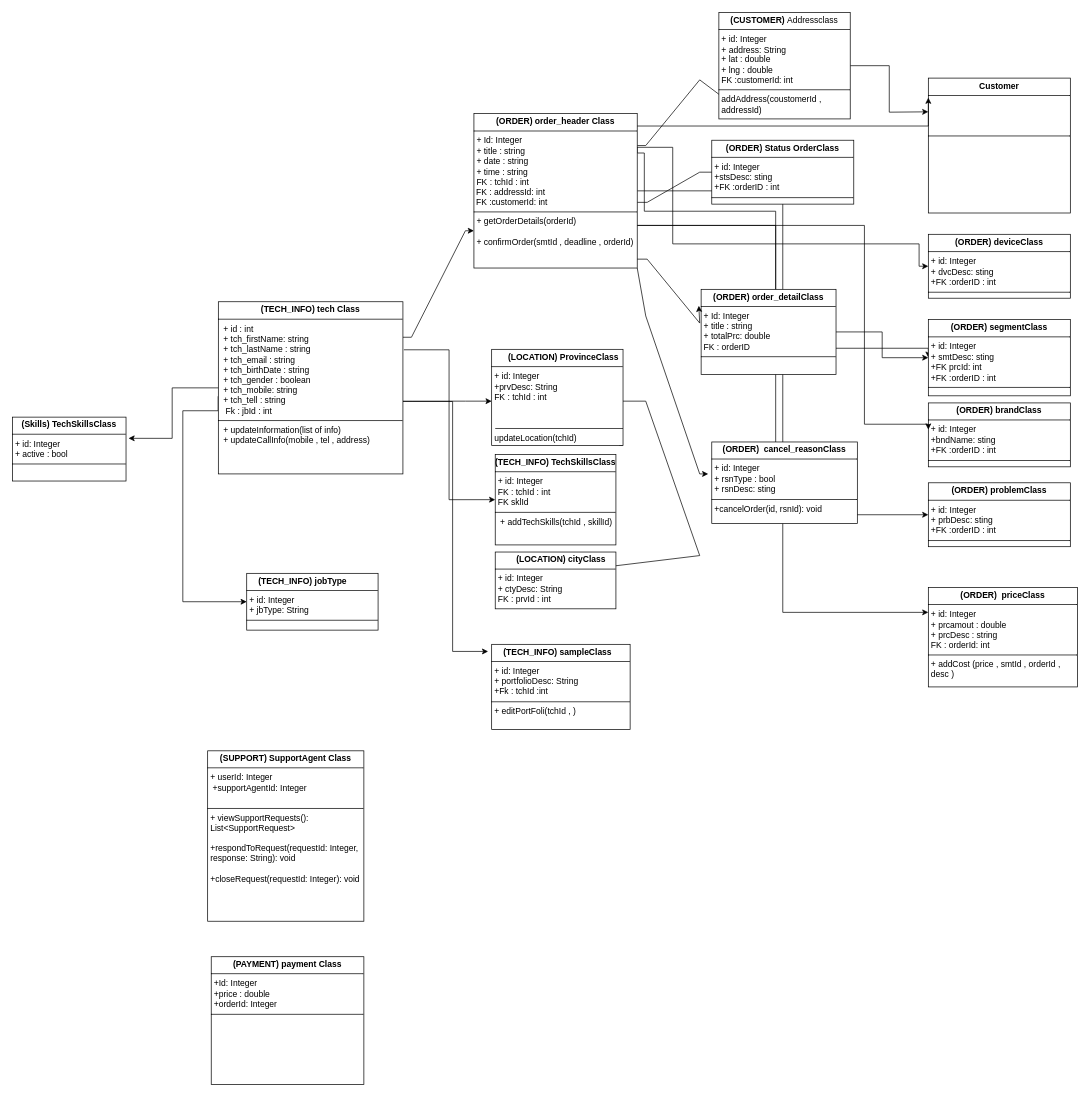
reyhanehSP/pwaTech keeps this draw.io diagram as tech.drawio. Above is the earlier version. Source tidied: cells renumbered, new cells numbered last; positions are measured from the earlier drawing's top-left corner, leaving out a move shared by most shapes. Both pictures are drawn from the tidied source at 71%, with x=0, y=0 at pixel (12, 12).
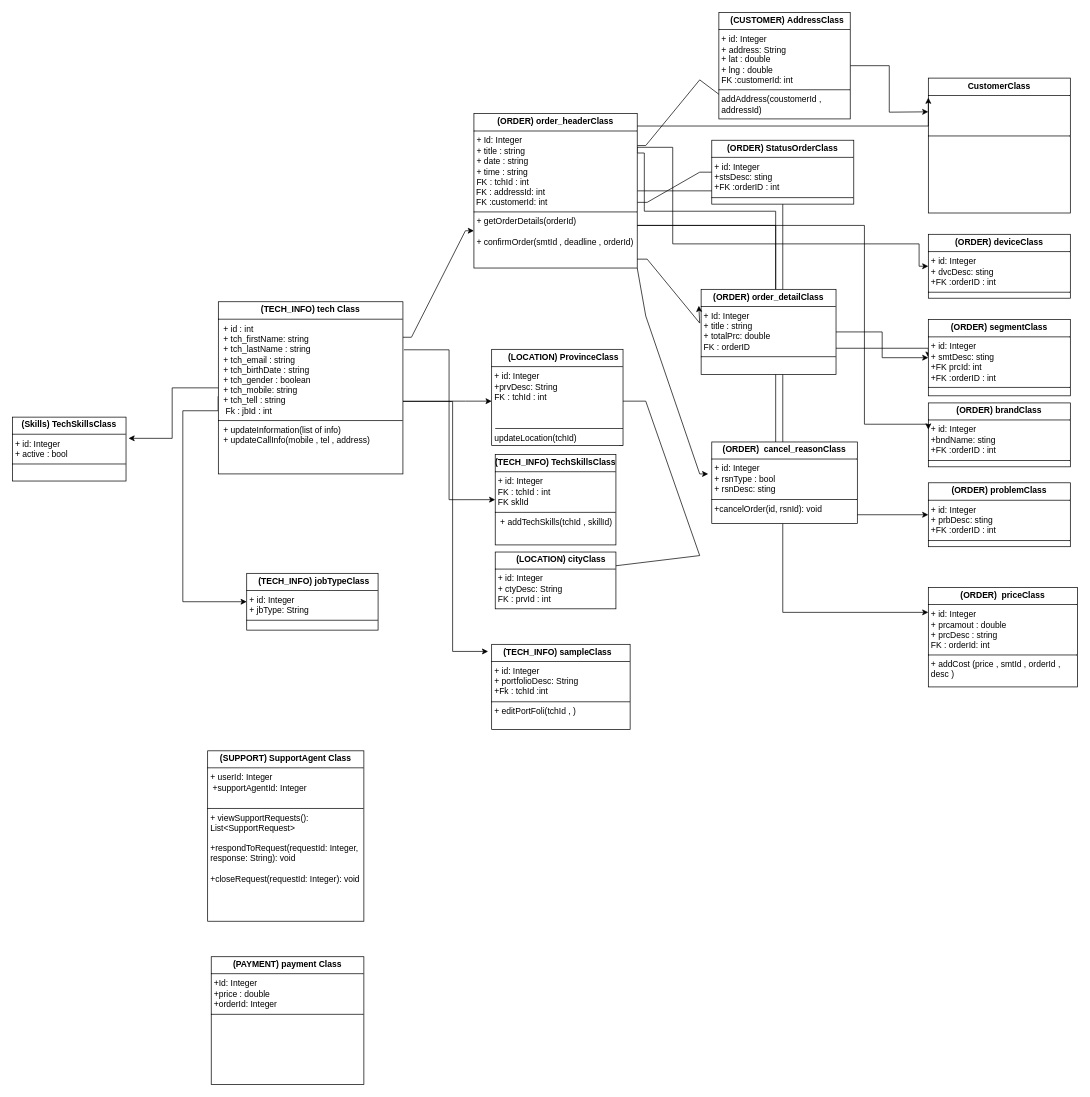
The same page after the edit.

What changed in the source:
```diff
@@
-    <mxCell id="14" value="&lt;p style=&quot;margin:0px;margin-top:4px;text-align:center;&quot;&gt;&lt;b&gt;(ORDER)&amp;nbsp;&lt;/b&gt;&lt;b style=&quot;background-color: initial;&quot;&gt;order_header Class&lt;/b&gt;&lt;/p&gt;&lt;hr size=&quot;1&quot; style=&quot;border-style:solid;&quot;&gt;&lt;p style=&quot;margin:0px;margin-left:4px;&quot;&gt;+ Id: Integer&lt;/p&gt;&lt;p style=&quot;margin:0px;margin-left:4px;&quot;&gt;+ title : string&lt;/p&gt;&lt;p style=&quot;margin:0px;margin-left:4px;&quot;&gt;+ date : string&lt;br&gt;+ time : string&lt;br&gt;&lt;/p&gt;&lt;p style=&quot;margin:0px;margin-left:4px;&quot;&gt;&lt;span style=&quot;background-color: initial;&quot;&gt;FK : tchId : int&lt;/span&gt;&lt;/p&gt;&amp;nbsp;FK : addressId: int&lt;div&gt;&amp;nbsp;FK :customerId: int&lt;br&gt;&lt;hr size=&quot;1&quot; style=&quot;border-style:solid;&quot;&gt;&lt;p style=&quot;margin:0px;margin-left:4px;&quot;&gt;+ getOrderDetails(orderId)&lt;/p&gt;&lt;p style=&quot;margin:0px;margin-left:4px;&quot;&gt;&lt;br&gt;+ confirmOrder(smtId , deadline , orderId)&lt;/p&gt;&lt;p style=&quot;margin:0px;margin-left:4px;&quot;&gt;&lt;br&gt;&lt;/p&gt;&lt;p style=&quot;margin:0px;margin-left:4px;&quot;&gt;&lt;br&gt;&lt;/p&gt;&lt;p style=&quot;margin:0px;margin-left:4px;&quot;&gt;&amp;nbsp;&lt;/p&gt;&lt;p style=&quot;margin:0px;margin-left:4px;&quot;&gt;&lt;br&gt;&lt;br&gt;&lt;/p&gt;&lt;/div&gt;" style="verticalAlign=top;align=left;overflow=fill;html=1;whiteSpace=wrap;" parent="1" vertex="1">
+    <mxCell id="14" value="&lt;p style=&quot;margin:0px;margin-top:4px;text-align:center;&quot;&gt;&lt;b&gt;(ORDER)&amp;nbsp;&lt;/b&gt;&lt;b style=&quot;background-color: initial;&quot;&gt;order_headerClass&lt;/b&gt;&lt;/p&gt;&lt;hr size=&quot;1&quot; style=&quot;border-style:solid;&quot;&gt;&lt;p style=&quot;margin:0px;margin-left:4px;&quot;&gt;+ Id: Integer&lt;/p&gt;&lt;p style=&quot;margin:0px;margin-left:4px;&quot;&gt;+ title : string&lt;/p&gt;&lt;p style=&quot;margin:0px;margin-left:4px;&quot;&gt;+ date : string&lt;br&gt;+ time : string&lt;br&gt;&lt;/p&gt;&lt;p style=&quot;margin:0px;margin-left:4px;&quot;&gt;&lt;span style=&quot;background-color: initial;&quot;&gt;FK : tchId : int&lt;/span&gt;&lt;/p&gt;&amp;nbsp;FK : addressId: int&lt;div&gt;&amp;nbsp;FK :customerId: int&lt;br&gt;&lt;hr size=&quot;1&quot; style=&quot;border-style:solid;&quot;&gt;&lt;p style=&quot;margin:0px;margin-left:4px;&quot;&gt;+ getOrderDetails(orderId)&lt;/p&gt;&lt;p style=&quot;margin:0px;margin-left:4px;&quot;&gt;&lt;br&gt;+ confirmOrder(smtId , deadline , orderId)&lt;/p&gt;&lt;p style=&quot;margin:0px;margin-left:4px;&quot;&gt;&lt;br&gt;&lt;/p&gt;&lt;p style=&quot;margin:0px;margin-left:4px;&quot;&gt;&lt;br&gt;&lt;/p&gt;&lt;p style=&quot;margin:0px;margin-left:4px;&quot;&gt;&amp;nbsp;&lt;/p&gt;&lt;p style=&quot;margin:0px;margin-left:4px;&quot;&gt;&lt;br&gt;&lt;br&gt;&lt;/p&gt;&lt;/div&gt;" style="verticalAlign=top;align=left;overflow=fill;html=1;whiteSpace=wrap;" parent="1" vertex="1">
       <mxGeometry x="650" y="142.5" width="230" height="217.5" as="geometry" />
     </mxCell>
@@
-    <mxCell id="18" value="&lt;p style=&quot;margin:0px;margin-top:4px;text-align:center;&quot;&gt;&lt;b&gt;Customer&lt;/b&gt;&lt;/p&gt;&lt;hr size=&quot;1&quot; style=&quot;border-style:solid;&quot;&gt;&lt;p style=&quot;margin:0px;margin-left:4px;&quot;&gt;&lt;br&gt;&lt;br&gt;&lt;/p&gt;&lt;p style=&quot;margin:0px;margin-left:4px;&quot;&gt;&amp;nbsp;&lt;br&gt;&lt;/p&gt;&lt;hr size=&quot;1&quot; style=&quot;border-style:solid;&quot;&gt;&lt;p style=&quot;margin:0px;margin-left:4px;&quot;&gt;&amp;nbsp;&lt;br&gt;&lt;/p&gt;" style="verticalAlign=top;align=left;overflow=fill;html=1;whiteSpace=wrap;" parent="1" vertex="1">
+    <mxCell id="18" value="&lt;p style=&quot;margin:0px;margin-top:4px;text-align:center;&quot;&gt;&lt;b&gt;CustomerClass&lt;/b&gt;&lt;/p&gt;&lt;hr size=&quot;1&quot; style=&quot;border-style:solid;&quot;&gt;&lt;p style=&quot;margin:0px;margin-left:4px;&quot;&gt;&lt;br&gt;&lt;br&gt;&lt;/p&gt;&lt;p style=&quot;margin:0px;margin-left:4px;&quot;&gt;&amp;nbsp;&lt;br&gt;&lt;/p&gt;&lt;hr size=&quot;1&quot; style=&quot;border-style:solid;&quot;&gt;&lt;p style=&quot;margin:0px;margin-left:4px;&quot;&gt;&amp;nbsp;&lt;br&gt;&lt;/p&gt;" style="verticalAlign=top;align=left;overflow=fill;html=1;whiteSpace=wrap;" parent="1" vertex="1">
       <mxGeometry x="1290" y="92.5" width="200" height="190" as="geometry" />
     </mxCell>
@@
-    <mxCell id="20" value="&lt;p style=&quot;text-align: left; margin: 4px 0px 0px;&quot;&gt;&lt;b style=&quot;background-color: initial;&quot;&gt;&amp;nbsp; &amp;nbsp; &amp;nbsp;(CUSTOMER)&amp;nbsp;&lt;/b&gt;&lt;span style=&quot;background-color: initial;&quot;&gt;Address&lt;/span&gt;class&lt;/p&gt;&lt;hr size=&quot;1&quot; style=&quot;border-style:solid;&quot;&gt;&lt;p style=&quot;margin:0px;margin-left:4px;&quot;&gt;+ id: Integer&lt;/p&gt;&lt;p style=&quot;margin:0px;margin-left:4px;&quot;&gt;+ address: String&lt;/p&gt;&lt;p style=&quot;margin:0px;margin-left:4px;&quot;&gt;+ lat : double&lt;br&gt;+ lng : double&lt;/p&gt;&lt;p style=&quot;margin:0px;margin-left:4px;&quot;&gt;FK :customerId: int&lt;/p&gt;&lt;hr size=&quot;1&quot; style=&quot;border-style:solid;&quot;&gt;&lt;p style=&quot;margin:0px;margin-left:4px;&quot;&gt;addAddress(coustomerId , addressId)&lt;/p&gt;" style="verticalAlign=top;align=left;overflow=fill;html=1;whiteSpace=wrap;" parent="1" vertex="1">
+    <mxCell id="20" value="&lt;p style=&quot;text-align: left; margin: 4px 0px 0px;&quot;&gt;&lt;b style=&quot;background-color: initial;&quot;&gt;&amp;nbsp; &amp;nbsp; &amp;nbsp;(CUSTOMER)&amp;nbsp;&lt;/b&gt;&lt;b&gt;&lt;span style=&quot;background-color: initial;&quot;&gt;AddressC&lt;/span&gt;lass&lt;/b&gt;&lt;/p&gt;&lt;hr size=&quot;1&quot; style=&quot;border-style:solid;&quot;&gt;&lt;p style=&quot;margin:0px;margin-left:4px;&quot;&gt;+ id: Integer&lt;/p&gt;&lt;p style=&quot;margin:0px;margin-left:4px;&quot;&gt;+ address: String&lt;/p&gt;&lt;p style=&quot;margin:0px;margin-left:4px;&quot;&gt;+ lat : double&lt;br&gt;+ lng : double&lt;/p&gt;&lt;p style=&quot;margin:0px;margin-left:4px;&quot;&gt;FK :customerId: int&lt;/p&gt;&lt;hr size=&quot;1&quot; style=&quot;border-style:solid;&quot;&gt;&lt;p style=&quot;margin:0px;margin-left:4px;&quot;&gt;addAddress(coustomerId , addressId)&lt;/p&gt;" style="verticalAlign=top;align=left;overflow=fill;html=1;whiteSpace=wrap;" parent="1" vertex="1">
       <mxGeometry x="995" width="185" height="150" as="geometry" />
     </mxCell>
@@
-    <mxCell id="29" value="&lt;p style=&quot;margin:0px;margin-top:4px;text-align:center;&quot;&gt;&lt;b&gt;(&lt;/b&gt;&lt;b&gt;ORDER&lt;/b&gt;&lt;b&gt;) Status OrderClass&lt;/b&gt;&lt;br&gt;&lt;/p&gt;&lt;hr size=&quot;1&quot; style=&quot;border-style:solid;&quot;&gt;&lt;p style=&quot;margin:0px;margin-left:4px;&quot;&gt;+ id: Integer&lt;/p&gt;&lt;p style=&quot;margin:0px;margin-left:4px;&quot;&gt;+stsDesc:&amp;nbsp;&lt;span style=&quot;background-color: initial;&quot;&gt;sting&lt;/span&gt;&lt;/p&gt;&lt;p style=&quot;margin:0px;margin-left:4px;&quot;&gt;&lt;span style=&quot;text-align: center;&quot;&gt;+FK :orderID : int&lt;/span&gt;&lt;span style=&quot;background-color: initial;&quot;&gt;&lt;br&gt;&lt;/span&gt;&lt;/p&gt;&lt;hr size=&quot;1&quot; style=&quot;border-style:solid;&quot;&gt;&lt;p style=&quot;margin:0px;margin-left:4px;&quot;&gt;&lt;br&gt;&lt;br&gt;&lt;br&gt;&lt;/p&gt;" style="verticalAlign=top;align=left;overflow=fill;html=1;whiteSpace=wrap;" parent="1" vertex="1">
+    <mxCell id="29" value="&lt;p style=&quot;margin:0px;margin-top:4px;text-align:center;&quot;&gt;&lt;b&gt;(&lt;/b&gt;&lt;b&gt;ORDER&lt;/b&gt;&lt;b&gt;) StatusOrderClass&lt;/b&gt;&lt;br&gt;&lt;/p&gt;&lt;hr size=&quot;1&quot; style=&quot;border-style:solid;&quot;&gt;&lt;p style=&quot;margin:0px;margin-left:4px;&quot;&gt;+ id: Integer&lt;/p&gt;&lt;p style=&quot;margin:0px;margin-left:4px;&quot;&gt;+stsDesc:&amp;nbsp;&lt;span style=&quot;background-color: initial;&quot;&gt;sting&lt;/span&gt;&lt;/p&gt;&lt;p style=&quot;margin:0px;margin-left:4px;&quot;&gt;&lt;span style=&quot;text-align: center;&quot;&gt;+FK :orderID : int&lt;/span&gt;&lt;span style=&quot;background-color: initial;&quot;&gt;&lt;br&gt;&lt;/span&gt;&lt;/p&gt;&lt;hr size=&quot;1&quot; style=&quot;border-style:solid;&quot;&gt;&lt;p style=&quot;margin:0px;margin-left:4px;&quot;&gt;&lt;br&gt;&lt;br&gt;&lt;br&gt;&lt;/p&gt;" style="verticalAlign=top;align=left;overflow=fill;html=1;whiteSpace=wrap;" parent="1" vertex="1">
       <mxGeometry x="985" y="180" width="200" height="90" as="geometry" />
     </mxCell>
@@
-    <mxCell id="40" value="&lt;p style=&quot;text-align: left; margin: 4px 0px 0px;&quot;&gt;&lt;b style=&quot;background-color: initial;&quot;&gt;&amp;nbsp; &amp;nbsp; &amp;nbsp;(&lt;/b&gt;&lt;b style=&quot;text-align: center;&quot;&gt;TECH_INFO&lt;/b&gt;&lt;b style=&quot;background-color: initial;&quot;&gt;) jobType&lt;/b&gt;&lt;/p&gt;&lt;hr size=&quot;1&quot; style=&quot;border-style:solid;&quot;&gt;&lt;p style=&quot;margin:0px;margin-left:4px;&quot;&gt;+ id: Integer&lt;/p&gt;&lt;p style=&quot;margin:0px;margin-left:4px;&quot;&gt;+ jbType&lt;span style=&quot;background-color: initial;&quot;&gt;: String&lt;/span&gt;&lt;/p&gt;&lt;hr size=&quot;1&quot; style=&quot;border-style:solid;&quot;&gt;&lt;p style=&quot;margin:0px;margin-left:4px;&quot;&gt;&lt;br&gt;&lt;/p&gt;" style="verticalAlign=top;align=left;overflow=fill;html=1;whiteSpace=wrap;" parent="1" vertex="1">
+    <mxCell id="40" value="&lt;p style=&quot;text-align: left; margin: 4px 0px 0px;&quot;&gt;&lt;b style=&quot;background-color: initial;&quot;&gt;&amp;nbsp; &amp;nbsp; &amp;nbsp;(&lt;/b&gt;&lt;b style=&quot;text-align: center;&quot;&gt;TECH_INFO&lt;/b&gt;&lt;b style=&quot;background-color: initial;&quot;&gt;) jobTypeClass&lt;/b&gt;&lt;/p&gt;&lt;hr size=&quot;1&quot; style=&quot;border-style:solid;&quot;&gt;&lt;p style=&quot;margin:0px;margin-left:4px;&quot;&gt;+ id: Integer&lt;/p&gt;&lt;p style=&quot;margin:0px;margin-left:4px;&quot;&gt;+ jbType&lt;span style=&quot;background-color: initial;&quot;&gt;: String&lt;/span&gt;&lt;/p&gt;&lt;hr size=&quot;1&quot; style=&quot;border-style:solid;&quot;&gt;&lt;p style=&quot;margin:0px;margin-left:4px;&quot;&gt;&lt;br&gt;&lt;/p&gt;" style="verticalAlign=top;align=left;overflow=fill;html=1;whiteSpace=wrap;" parent="1" vertex="1">
       <mxGeometry x="330" y="790" width="185" height="80" as="geometry" />
     </mxCell>
```
